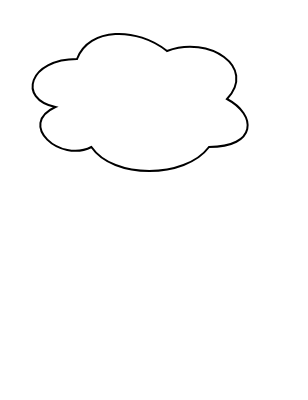
Before: 未命名绘图.drawio in zhoumingjia/drawio, a draw.io diagram. Source tidied: cells renumbered, new cells numbered last; positions are measured from the earlier drawing's top-left corner, leaving out a move shared by most shapes. Both pictures are drawn from the tidied source at 200%, with x=0, y=0 at pixel (16, 18).
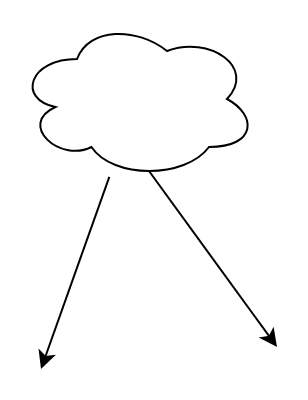
Above is the later version.

What changed in the source:
```diff
@@
 <mxGraphModel>
   <root>
     <mxCell id="0" />
     <mxCell id="1" parent="0" />
+    <mxCell id="3" style="rounded=0;jettySize=auto;html=1;" parent="1" edge="1" source="2">
+      <mxGeometry relative="1" as="geometry">
+        <mxPoint x="12" y="175" as="targetPoint" />
+      </mxGeometry>
+    </mxCell>
     <mxCell id="2" style="ellipse;shape=cloud;whiteSpace=wrap;html=1;" parent="1" vertex="1">
       <mxGeometry width="120" height="80" as="geometry" />
     </mxCell>
+    <mxCell id="4" style="rounded=0;jettySize=auto;html=1;exitX=0.55;exitY=0.95;exitDx=0;exitDy=0;exitPerimeter=0;" parent="1" edge="1" source="2">
+      <mxGeometry relative="1" as="geometry">
+        <mxPoint x="130" y="164" as="targetPoint" />
+      </mxGeometry>
+    </mxCell>
   </root>
 </mxGraphModel>
```
